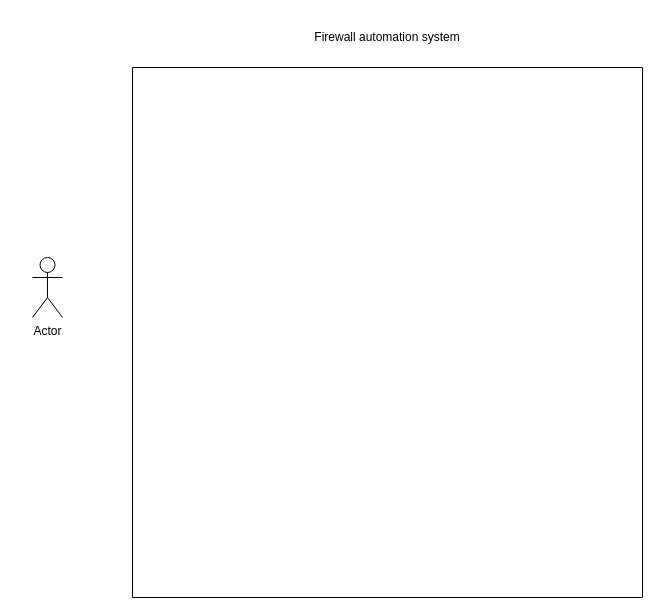
The draw.io diagram Untitled Diagram.drawio in MaduraJ/Network-traffic-data-Visualization-tool-for-pfsense, before the edit. Source tidied: cells renumbered, new cells numbered last; positions are measured from the earlier drawing's top-left corner, leaving out a move shared by most shapes. Both pictures are drawn from the tidied source at 100%, with x=0, y=0 at pixel (32, 17).
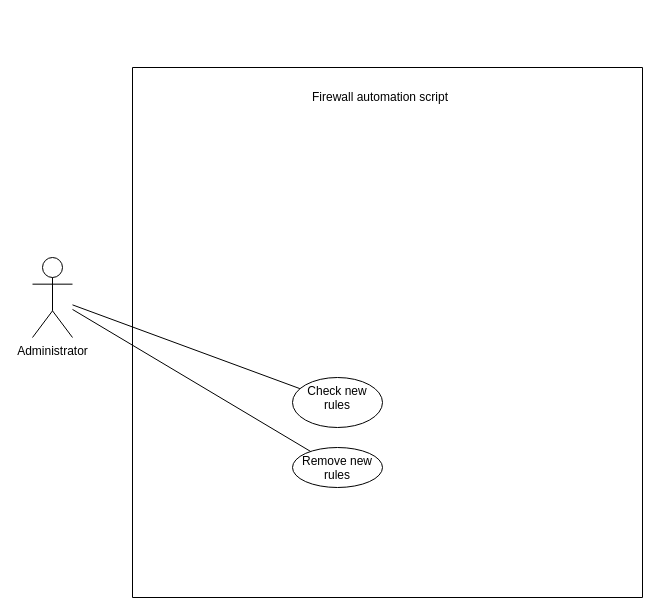
After the change.

What changed in the source:
```diff
@@
 <mxGraphModel>
   <root>
     <mxCell id="0" />
     <mxCell id="1" parent="0" />
+    <mxCell id="6" style="rounded=0;jettySize=auto;html=1;endArrow=none;endFill=0;" parent="1" edge="1" source="2" target="8">
+      <mxGeometry relative="1" as="geometry" />
+    </mxCell>
+    <mxCell id="7" style="edgeStyle=none;rounded=0;jettySize=auto;html=1;endArrow=none;endFill=0;" parent="1" edge="1" source="2" target="9">
+      <mxGeometry relative="1" as="geometry" />
+    </mxCell>
-    <mxCell id="2" value="Actor" style="shape=umlActor;verticalLabelPosition=bottom;verticalAlign=top;html=1;outlineConnect=0;" parent="1" vertex="1">
-      <mxGeometry y="240" width="30" height="60" as="geometry" />
+    <mxCell id="2" value="Administrator" style="shape=umlActor;verticalLabelPosition=bottom;verticalAlign=top;html=1;outlineConnect=0;" parent="1" vertex="1">
+      <mxGeometry y="240" width="40" height="80" as="geometry" />
     </mxCell>
     <mxCell id="3" style="group;" parent="1" vertex="1">
       <mxGeometry x="100" width="510" height="580" as="geometry" />
     </mxCell>
     <mxCell id="4" style="swimlane;startSize=0;" parent="3" vertex="1">
       <mxGeometry y="50" width="510" height="530" as="geometry" />
     </mxCell>
-    <mxCell id="5" value="Firewall automation system" style="text;html=1;strokeColor=none;fillColor=none;align=center;verticalAlign=middle;whiteSpace=wrap;rounded=0;" parent="3" vertex="1">
-      <mxGeometry x="177" width="156" height="40" as="geometry" />
+    <mxCell id="5" value="Firewall automation script" style="text;html=1;strokeColor=none;fillColor=none;align=center;verticalAlign=middle;whiteSpace=wrap;rounded=0;" parent="4" vertex="1">
+      <mxGeometry x="170" y="10" width="156" height="40" as="geometry" />
     </mxCell>
+    <mxCell id="8" value="&lt;div align=&quot;center&quot;&gt;Check new rules&lt;/div&gt;" style="ellipse;whiteSpace=wrap;html=1;verticalAlign=top;align=center;" parent="4" vertex="1">
+      <mxGeometry x="160" y="310" width="90" height="50" as="geometry" />
+    </mxCell>
+    <mxCell id="9" value="Remove new rules" style="ellipse;whiteSpace=wrap;html=1;verticalAlign=top;" parent="4" vertex="1">
+      <mxGeometry x="160" y="380" width="90" height="40" as="geometry" />
+    </mxCell>
   </root>
 </mxGraphModel>
```
